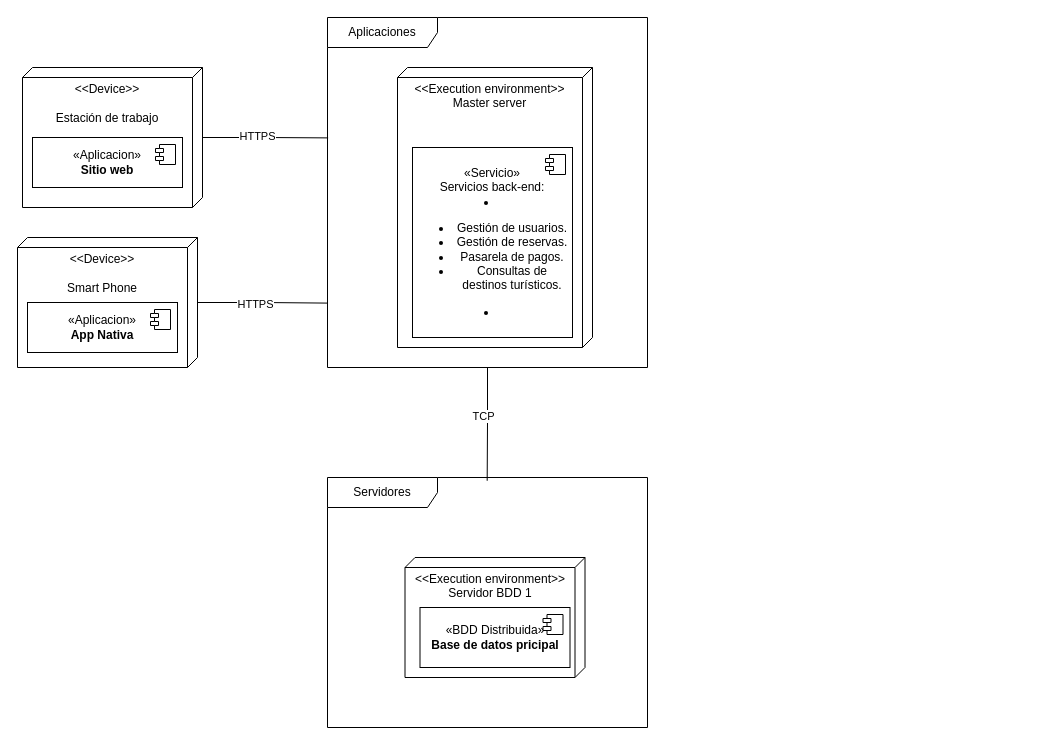
Above: Diagrama de DespliegueMdeSPII.drawio in Mundrack/Diagramas-DrawIO (draw.io), before the change. Source tidied: cells renumbered, new cells numbered last; positions are measured from the earlier drawing's top-left corner, leaving out a move shared by most shapes. Both pictures are drawn from the tidied source at 100%, with x=0, y=0 at pixel (17, 17).
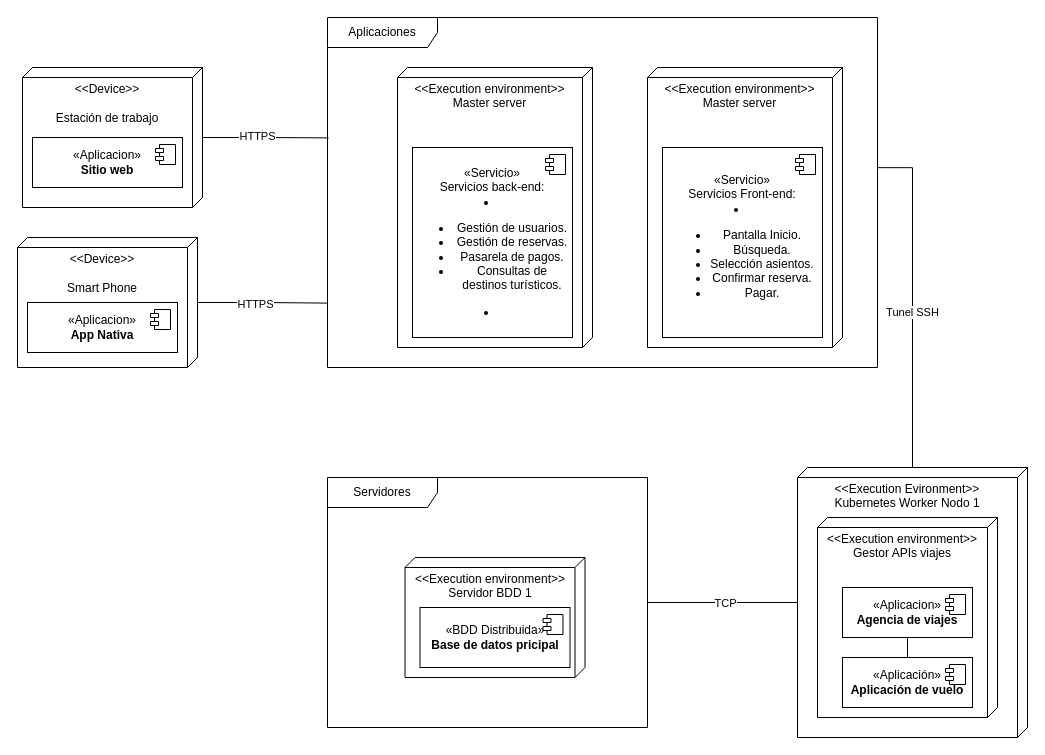
The same page after the edit.

The change refers to these unchanged cells:
```xml
<mxCell id="15" value="Servidores" style="shape=umlFrame;whiteSpace=wrap;html=1;width=110;height=30;" parent="1" vertex="1">
  <mxGeometry x="310" y="460" width="320" height="250" as="geometry" />
</mxCell>
```

Diff of the diagram source:
```diff
@@
     <mxCell id="14" value="Aplicaciones" style="shape=umlFrame;whiteSpace=wrap;html=1;width=110;height=30;" parent="1" vertex="1">
-      <mxGeometry x="310" width="320" height="350" as="geometry" />
+      <mxGeometry x="310" width="550" height="350" as="geometry" />
     </mxCell>
+    <mxCell id="22" style="edgeStyle=orthogonalEdgeStyle;rounded=0;jettySize=auto;html=1;endArrow=none;endFill=0;" parent="1" edge="1" source="15" target="26">
+      <mxGeometry relative="1" as="geometry" />
+    </mxCell>
+    <mxCell id="17" value="TCP" style="edgeLabel;html=1;align=center;verticalAlign=middle;" parent="22" vertex="1">
+      <mxGeometry x="0.03" relative="1" as="geometry" />
+    </mxCell>
@@
-    <mxCell id="16" style="edgeStyle=orthogonalEdgeStyle;rounded=0;jettySize=auto;html=1;entryX=0.499;entryY=0.013;entryDx=0;entryDy=0;entryPerimeter=0;endArrow=none;endFill=0;" parent="1" edge="1" source="14" target="15">
-      <mxGeometry relative="1" as="geometry" />
-    </mxCell>
-    <mxCell id="17" value="TCP" style="edgeLabel;html=1;align=center;verticalAlign=middle;" parent="16" vertex="1">
-      <mxGeometry x="-0.13" y="-5" relative="1" as="geometry">
-        <mxPoint y="-1" as="offset" />
-      </mxGeometry>
-    </mxCell>
@@
+    <mxCell id="23" value="&amp;lt;&amp;lt;Execution environment&amp;gt;&amp;gt;&lt;div&gt;Master server&lt;/div&gt;" style="verticalAlign=top;align=center;spacingTop=8;spacingLeft=2;spacingRight=12;shape=cube;size=10;direction=south;fontStyle=0;html=1;whiteSpace=wrap;" parent="1" vertex="1">
+      <mxGeometry x="630" y="50" width="195" height="280" as="geometry" />
+    </mxCell>
+    <mxCell id="24" value="«Servicio»&lt;div&gt;&lt;span style=&quot;background-color: initial;&quot;&gt;Servicios Front-end:&lt;/span&gt;&lt;li&gt;&lt;ul&gt;&lt;li&gt;Pantalla Inicio.&lt;/li&gt;&lt;li&gt;&lt;span style=&quot;background-color: initial;&quot;&gt;Búsqueda.&lt;/span&gt;&lt;/li&gt;&lt;li&gt;&lt;span style=&quot;background-color: initial;&quot;&gt;Selección asientos.&lt;/span&gt;&lt;br&gt;&lt;/li&gt;&lt;li&gt;Confirmar reserva.&lt;/li&gt;&lt;li&gt;Pagar.&lt;/li&gt;&lt;/ul&gt;&lt;/li&gt;&lt;/div&gt;" style="html=1;whiteSpace=wrap;" parent="1" vertex="1">
+      <mxGeometry x="645" y="130" width="160" height="190" as="geometry" />
+    </mxCell>
+    <mxCell id="25" style="shape=module;jettyWidth=8;jettyHeight=4;" parent="24" vertex="1">
+      <mxGeometry x="1" width="20" height="20" relative="1" as="geometry">
+        <mxPoint x="-27" y="7" as="offset" />
+      </mxGeometry>
+    </mxCell>
+    <mxCell id="26" value="&amp;lt;&amp;lt;Execution Evironment&amp;gt;&amp;gt;&lt;div&gt;Kubernetes Worker Nodo 1&lt;/div&gt;" style="verticalAlign=top;align=center;spacingTop=8;spacingLeft=2;spacingRight=12;shape=cube;size=10;direction=south;fontStyle=0;html=1;whiteSpace=wrap;" parent="1" vertex="1">
+      <mxGeometry x="780" y="450" width="230" height="270" as="geometry" />
+    </mxCell>
+    <mxCell id="27" value="&amp;lt;&amp;lt;Execution environment&amp;gt;&amp;gt;&lt;div&gt;Gestor APIs viajes&lt;/div&gt;" style="verticalAlign=top;align=center;spacingTop=8;spacingLeft=2;spacingRight=12;shape=cube;size=10;direction=south;fontStyle=0;html=1;whiteSpace=wrap;" parent="1" vertex="1">
+      <mxGeometry x="800" y="500" width="180" height="200" as="geometry" />
+    </mxCell>
+    <mxCell id="28" style="edgeStyle=orthogonalEdgeStyle;rounded=0;jettySize=auto;html=1;endArrow=none;endFill=0;" parent="1" edge="1" source="29" target="31">
+      <mxGeometry relative="1" as="geometry" />
+    </mxCell>
+    <mxCell id="29" value="«Aplicacion»&lt;br&gt;&lt;b&gt;Agencia de viajes&lt;/b&gt;" style="html=1;whiteSpace=wrap;" parent="1" vertex="1">
+      <mxGeometry x="825" y="570" width="130" height="50" as="geometry" />
+    </mxCell>
+    <mxCell id="30" style="shape=module;jettyWidth=8;jettyHeight=4;" parent="29" vertex="1">
+      <mxGeometry x="1" width="20" height="20" relative="1" as="geometry">
+        <mxPoint x="-27" y="7" as="offset" />
+      </mxGeometry>
+    </mxCell>
+    <mxCell id="31" value="«Aplicación»&lt;br&gt;&lt;b&gt;Aplicación de vuelo&lt;/b&gt;" style="html=1;whiteSpace=wrap;" parent="1" vertex="1">
+      <mxGeometry x="825" y="640" width="130" height="50" as="geometry" />
+    </mxCell>
+    <mxCell id="32" style="shape=module;jettyWidth=8;jettyHeight=4;" parent="31" vertex="1">
+      <mxGeometry x="1" width="20" height="20" relative="1" as="geometry">
+        <mxPoint x="-27" y="7" as="offset" />
+      </mxGeometry>
+    </mxCell>
+    <mxCell id="33" style="edgeStyle=orthogonalEdgeStyle;rounded=0;jettySize=auto;html=1;entryX=1;entryY=0.429;entryDx=0;entryDy=0;entryPerimeter=0;endArrow=none;endFill=0;" parent="1" edge="1" source="26" target="14">
+      <mxGeometry relative="1" as="geometry" />
+    </mxCell>
+    <mxCell id="34" value="Tunel SSH" style="edgeLabel;html=1;align=center;verticalAlign=middle;" parent="33" vertex="1">
+      <mxGeometry x="-0.07" y="1" relative="1" as="geometry" />
+    </mxCell>
```
